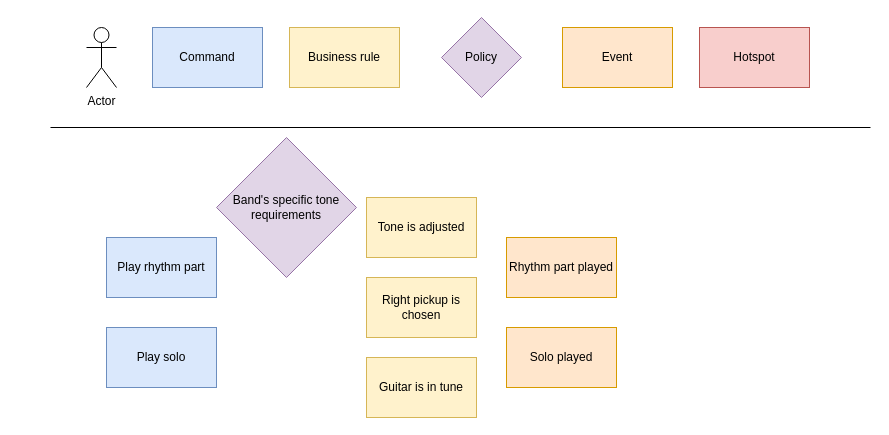
breader124/ddd-building-blocks keeps this draw.io diagram as guitar_dles.drawio. Above is the earlier version. Source tidied: cells renumbered, new cells numbered last; positions are measured from the earlier drawing's top-left corner, leaving out a move shared by most shapes. Both pictures are drawn from the tidied source at 100%, with x=0, y=0 at pixel (50, 17).
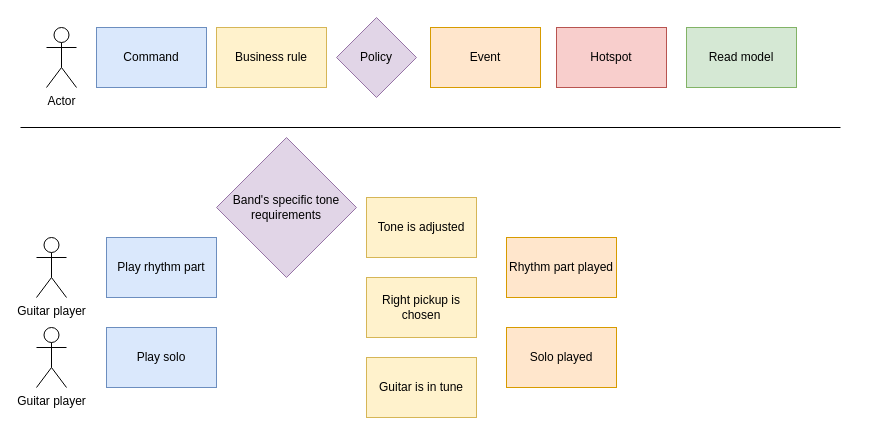
Above is the later version.

Change to the diagram source:
```diff
@@
     <mxCell id="2" value="Command" style="rounded=0;whiteSpace=wrap;html=1;fillColor=#dae8fc;strokeColor=#6c8ebf;flipH=0;" parent="1" vertex="1">
-      <mxGeometry x="102" y="10" width="110" height="60" as="geometry" />
+      <mxGeometry x="46" y="10" width="110" height="60" as="geometry" />
     </mxCell>
     <mxCell id="3" value="Event" style="rounded=0;whiteSpace=wrap;html=1;fillColor=#ffe6cc;strokeColor=#d79b00;flipH=0;" parent="1" vertex="1">
-      <mxGeometry x="512" y="10" width="110" height="60" as="geometry" />
+      <mxGeometry x="380" y="10" width="110" height="60" as="geometry" />
     </mxCell>
     <mxCell id="4" value="Policy" style="rhombus;whiteSpace=wrap;html=1;fillColor=#e1d5e7;strokeColor=#9673a6;flipH=0;" parent="1" vertex="1">
-      <mxGeometry x="391" width="80" height="80" as="geometry" />
+      <mxGeometry x="286" width="80" height="80" as="geometry" />
     </mxCell>
     <mxCell id="5" value="Actor" style="shape=umlActor;verticalLabelPosition=bottom;verticalAlign=top;html=1;flipH=0;" parent="1" vertex="1">
-      <mxGeometry x="36" y="10" width="30" height="60" as="geometry" />
+      <mxGeometry x="-4" y="10" width="30" height="60" as="geometry" />
     </mxCell>
     <mxCell id="6" value="Hotspot" style="rounded=0;whiteSpace=wrap;html=1;fillColor=#f8cecc;strokeColor=#b85450;flipH=0;" parent="1" vertex="1">
-      <mxGeometry x="649" y="10" width="110" height="60" as="geometry" />
+      <mxGeometry x="506" y="10" width="110" height="60" as="geometry" />
     </mxCell>
     <mxCell id="7" value="Business rule" style="rounded=0;whiteSpace=wrap;html=1;fillColor=#fff2cc;strokeColor=#d6b656;flipH=0;" parent="1" vertex="1">
-      <mxGeometry x="239" y="10" width="110" height="60" as="geometry" />
+      <mxGeometry x="166" y="10" width="110" height="60" as="geometry" />
     </mxCell>
     <mxCell id="8" style="endArrow=none;html=1;" parent="1" edge="1">
       <mxGeometry relative="1" as="geometry">
-        <mxPoint y="110" as="sourcePoint" />
-        <mxPoint x="820" y="110" as="targetPoint" />
+        <mxPoint x="-30" y="110" as="sourcePoint" />
+        <mxPoint x="790" y="110" as="targetPoint" />
       </mxGeometry>
     </mxCell>
@@
+    <mxCell id="17" value="Guitar player" style="shape=umlActor;verticalLabelPosition=bottom;verticalAlign=top;html=1;flipH=0;" parent="1" vertex="1">
+      <mxGeometry x="-14" y="220" width="30" height="60" as="geometry" />
+    </mxCell>
+    <mxCell id="18" value="Guitar player" style="shape=umlActor;verticalLabelPosition=bottom;verticalAlign=top;html=1;flipH=0;" parent="1" vertex="1">
+      <mxGeometry x="-14" y="310" width="30" height="60" as="geometry" />
+    </mxCell>
+    <mxCell id="19" value="Read model" style="rounded=0;whiteSpace=wrap;html=1;fillColor=#d5e8d4;strokeColor=#82b366;flipH=0;" parent="1" vertex="1">
+      <mxGeometry x="636" y="10" width="110" height="60" as="geometry" />
+    </mxCell>
```
